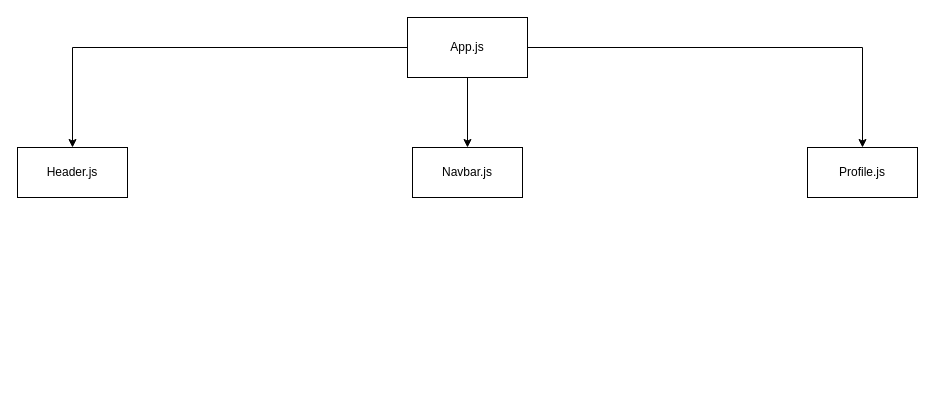
The draw.io diagram Social-Network.drawio in Lonerr7/Youtube-React-Social-Network, before the edit. Source tidied: cells renumbered, new cells numbered last; positions are measured from the earlier drawing's top-left corner, leaving out a move shared by most shapes. Both pictures are drawn from the tidied source at 100%, with x=0, y=0 at pixel (17, 17).
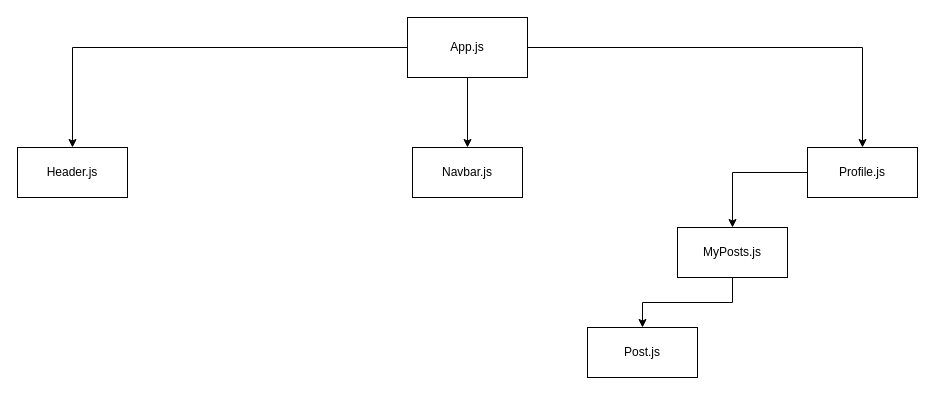
The same page after the edit.

Diff of the diagram source:
```diff
@@
 <mxGraphModel>
   <root>
     <mxCell id="0" />
     <mxCell id="1" parent="0" />
     <mxCell id="2" style="edgeStyle=orthogonalEdgeStyle;rounded=0;jettySize=auto;html=1;entryX=0.5;entryY=0;entryDx=0;entryDy=0;" parent="1" edge="1" source="5" target="6">
       <mxGeometry relative="1" as="geometry" />
     </mxCell>
     <mxCell id="3" style="edgeStyle=orthogonalEdgeStyle;rounded=0;jettySize=auto;html=1;entryX=0.5;entryY=0;entryDx=0;entryDy=0;" parent="1" edge="1" source="5" target="7">
       <mxGeometry relative="1" as="geometry" />
     </mxCell>
     <mxCell id="4" style="edgeStyle=orthogonalEdgeStyle;rounded=0;jettySize=auto;html=1;entryX=0.5;entryY=0;entryDx=0;entryDy=0;" parent="1" edge="1" source="5" target="8">
       <mxGeometry relative="1" as="geometry" />
     </mxCell>
     <mxCell id="5" value="App.js&lt;br&gt;" style="rounded=0;whiteSpace=wrap;html=1;" parent="1" vertex="1">
       <mxGeometry x="390" width="120" height="60" as="geometry" />
     </mxCell>
     <mxCell id="6" value="Header.js" style="rounded=0;whiteSpace=wrap;html=1;" parent="1" vertex="1">
       <mxGeometry y="130" width="110" height="50" as="geometry" />
     </mxCell>
     <mxCell id="7" value="Navbar.js" style="rounded=0;whiteSpace=wrap;html=1;" parent="1" vertex="1">
       <mxGeometry x="395" y="130" width="110" height="50" as="geometry" />
     </mxCell>
+    <mxCell id="9" style="edgeStyle=orthogonalEdgeStyle;rounded=0;jettySize=auto;html=1;entryX=0.5;entryY=0;entryDx=0;entryDy=0;" parent="1" edge="1" source="8" target="11">
+      <mxGeometry relative="1" as="geometry" />
+    </mxCell>
     <mxCell id="8" value="Profile.js" style="rounded=0;whiteSpace=wrap;html=1;" parent="1" vertex="1">
       <mxGeometry x="790" y="130" width="110" height="50" as="geometry" />
     </mxCell>
+    <mxCell id="10" style="edgeStyle=orthogonalEdgeStyle;rounded=0;jettySize=auto;html=1;entryX=0.5;entryY=0;entryDx=0;entryDy=0;" parent="1" edge="1" source="11" target="12">
+      <mxGeometry relative="1" as="geometry" />
+    </mxCell>
+    <mxCell id="11" value="MyPosts.js&lt;br&gt;" style="rounded=0;whiteSpace=wrap;html=1;" parent="1" vertex="1">
+      <mxGeometry x="660" y="210" width="110" height="50" as="geometry" />
+    </mxCell>
+    <mxCell id="12" value="Post.js&lt;br&gt;" style="rounded=0;whiteSpace=wrap;html=1;" parent="1" vertex="1">
+      <mxGeometry x="570" y="310" width="110" height="50" as="geometry" />
+    </mxCell>
   </root>
 </mxGraphModel>
```
